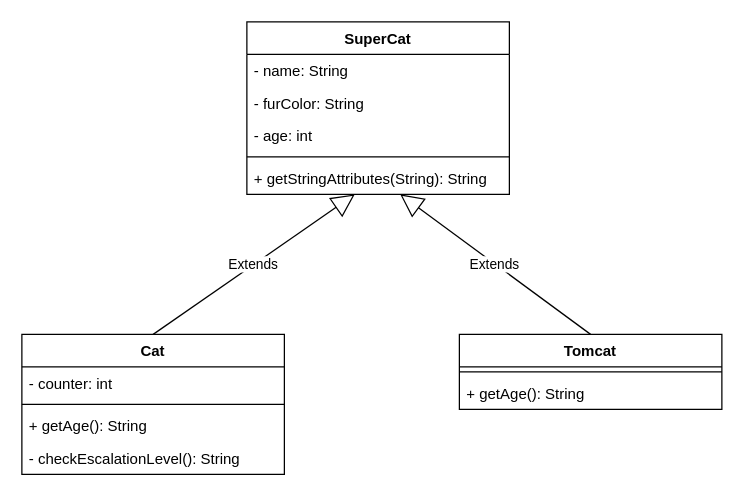
Above: page "SuperCat" (4 of 4) of cat.drawio in Cing73/03a_Inheritance_Vererbung (draw.io), before the change. Source tidied: cells renumbered, new cells numbered last; positions are measured from the earlier drawing's top-left corner, leaving out a move shared by most shapes. Both pictures are drawn from the tidied source at 125%, with x=0, y=0 at pixel (21, 21).
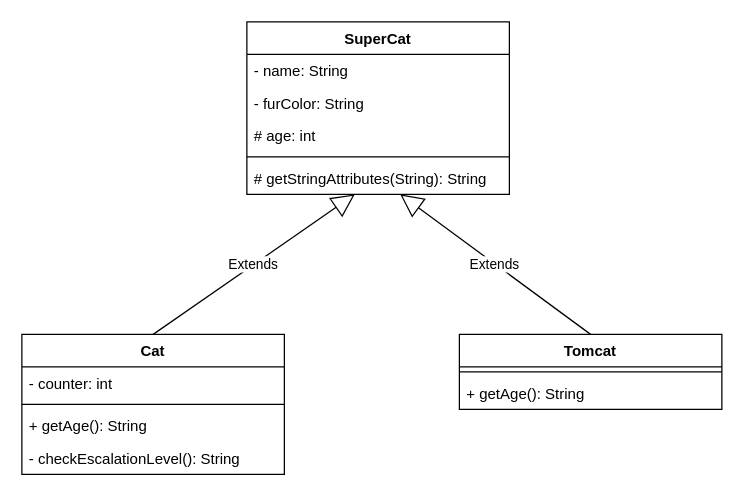
Above is the later version.

What changed in the source:
```diff
@@
 <mxGraphModel>
   <root>
     <mxCell id="0" />
     <mxCell id="1" parent="0" />
     <mxCell id="2" value="Cat" style="swimlane;fontStyle=1;align=center;verticalAlign=top;horizontal=1;startSize=26;" parent="1" vertex="1">
       <mxGeometry y="250" width="210" height="112" as="geometry" />
     </mxCell>
     <mxCell id="3" value="- counter: int" style="text;strokeColor=none;fillColor=none;align=left;verticalAlign=top;spacingLeft=4;spacingRight=4;overflow=hidden;" parent="2" vertex="1">
       <mxGeometry y="26" width="210" height="26" as="geometry" />
     </mxCell>
     <mxCell id="4" style="line;strokeWidth=1;fillColor=none;align=left;verticalAlign=middle;spacingTop=-1;spacingLeft=3;spacingRight=3;labelPosition=right;" parent="2" vertex="1">
       <mxGeometry y="52" width="210" height="8" as="geometry" />
     </mxCell>
     <mxCell id="5" value="+ getAge(): String" style="text;strokeColor=none;fillColor=none;align=left;verticalAlign=top;spacingLeft=4;spacingRight=4;overflow=hidden;" parent="2" vertex="1">
       <mxGeometry y="60" width="210" height="26" as="geometry" />
     </mxCell>
     <mxCell id="6" value="- checkEscalationLevel(): String" style="text;strokeColor=none;fillColor=none;align=left;verticalAlign=top;spacingLeft=4;spacingRight=4;overflow=hidden;" parent="2" vertex="1">
       <mxGeometry y="86" width="210" height="26" as="geometry" />
     </mxCell>
     <mxCell id="7" value="Tomcat" style="swimlane;fontStyle=1;align=center;verticalAlign=top;horizontal=1;startSize=26;" parent="1" vertex="1">
       <mxGeometry x="350" y="250" width="210" height="60" as="geometry" />
     </mxCell>
     <mxCell id="8" style="line;strokeWidth=1;fillColor=none;align=left;verticalAlign=middle;spacingTop=-1;spacingLeft=3;spacingRight=3;labelPosition=right;" parent="7" vertex="1">
       <mxGeometry y="26" width="210" height="8" as="geometry" />
     </mxCell>
     <mxCell id="9" value="+ getAge(): String" style="text;strokeColor=none;fillColor=none;align=left;verticalAlign=top;spacingLeft=4;spacingRight=4;overflow=hidden;" parent="7" vertex="1">
       <mxGeometry y="34" width="210" height="26" as="geometry" />
     </mxCell>
     <mxCell id="10" value="SuperCat&#10;" style="swimlane;fontStyle=1;align=center;verticalAlign=top;horizontal=1;startSize=26;" parent="1" vertex="1">
       <mxGeometry x="180" width="210" height="138" as="geometry" />
     </mxCell>
     <mxCell id="11" value="- name: String" style="text;strokeColor=none;fillColor=none;align=left;verticalAlign=top;spacingLeft=4;spacingRight=4;overflow=hidden;" parent="10" vertex="1">
       <mxGeometry y="26" width="210" height="26" as="geometry" />
     </mxCell>
     <mxCell id="12" value="- furColor: String" style="text;strokeColor=none;fillColor=none;align=left;verticalAlign=top;spacingLeft=4;spacingRight=4;overflow=hidden;" parent="10" vertex="1">
       <mxGeometry y="52" width="210" height="26" as="geometry" />
     </mxCell>
-    <mxCell id="13" value="- age: int" style="text;strokeColor=none;fillColor=none;align=left;verticalAlign=top;spacingLeft=4;spacingRight=4;overflow=hidden;" parent="10" vertex="1">
+    <mxCell id="13" value="# age: int" style="text;strokeColor=none;fillColor=none;align=left;verticalAlign=top;spacingLeft=4;spacingRight=4;overflow=hidden;" parent="10" vertex="1">
       <mxGeometry y="78" width="210" height="26" as="geometry" />
     </mxCell>
     <mxCell id="14" style="line;strokeWidth=1;fillColor=none;align=left;verticalAlign=middle;spacingTop=-1;spacingLeft=3;spacingRight=3;labelPosition=right;" parent="10" vertex="1">
       <mxGeometry y="104" width="210" height="8" as="geometry" />
     </mxCell>
-    <mxCell id="15" value="+ getStringAttributes(String): String" style="text;strokeColor=none;fillColor=none;align=left;verticalAlign=top;spacingLeft=4;spacingRight=4;overflow=hidden;points=[[0,0.5],[1,0.5]];portConstraint=eastwest;" parent="10" vertex="1">
+    <mxCell id="15" value="# getStringAttributes(String): String" style="text;strokeColor=none;fillColor=none;align=left;verticalAlign=top;spacingLeft=4;spacingRight=4;overflow=hidden;points=[[0,0.5],[1,0.5]];portConstraint=eastwest;" parent="10" vertex="1">
       <mxGeometry y="112" width="210" height="26" as="geometry" />
     </mxCell>
     <mxCell id="16" value="Extends" style="endArrow=block;endSize=16;endFill=0;html=1;exitX=0.5;exitY=0;exitDx=0;exitDy=0;" parent="1" edge="1" source="2" target="15">
       <mxGeometry relative="1" as="geometry" />
     </mxCell>
     <mxCell id="17" value="Extends" style="endArrow=block;endSize=16;endFill=0;html=1;exitX=0.5;exitY=0;exitDx=0;exitDy=0;" parent="1" edge="1" source="7" target="15">
       <mxGeometry relative="1" as="geometry" />
     </mxCell>
   </root>
 </mxGraphModel>
```
